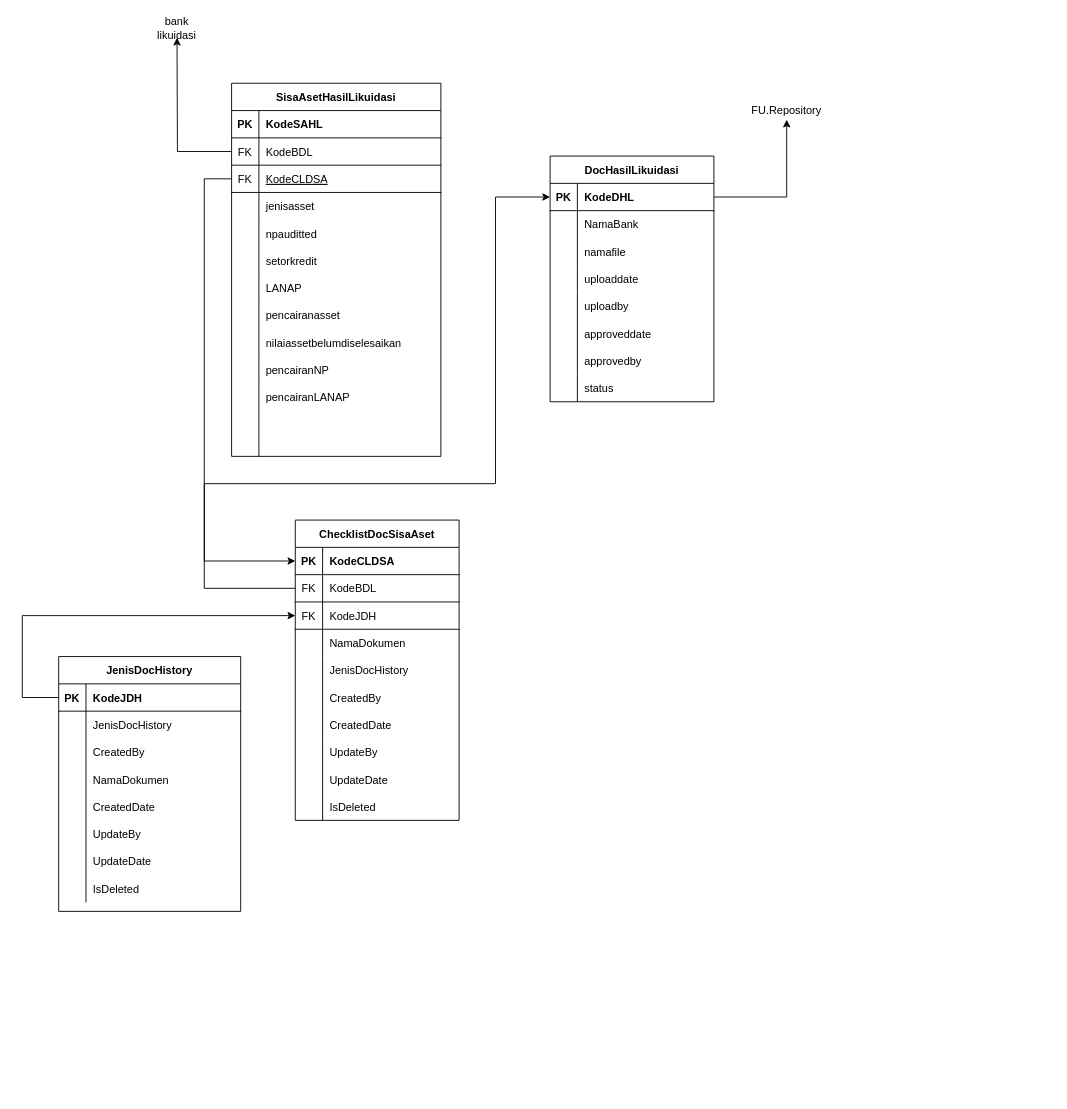
Before: Domain Model - Likuidasi Pengakhiran.drawio in reshafahlevi/GLIK-DM, a draw.io diagram. Source tidied: cells renumbered, new cells numbered last; positions are measured from the earlier drawing's top-left corner, leaving out a move shared by most shapes. Both pictures are drawn from the tidied source at 91%, with x=0, y=0 at pixel (22, 19).
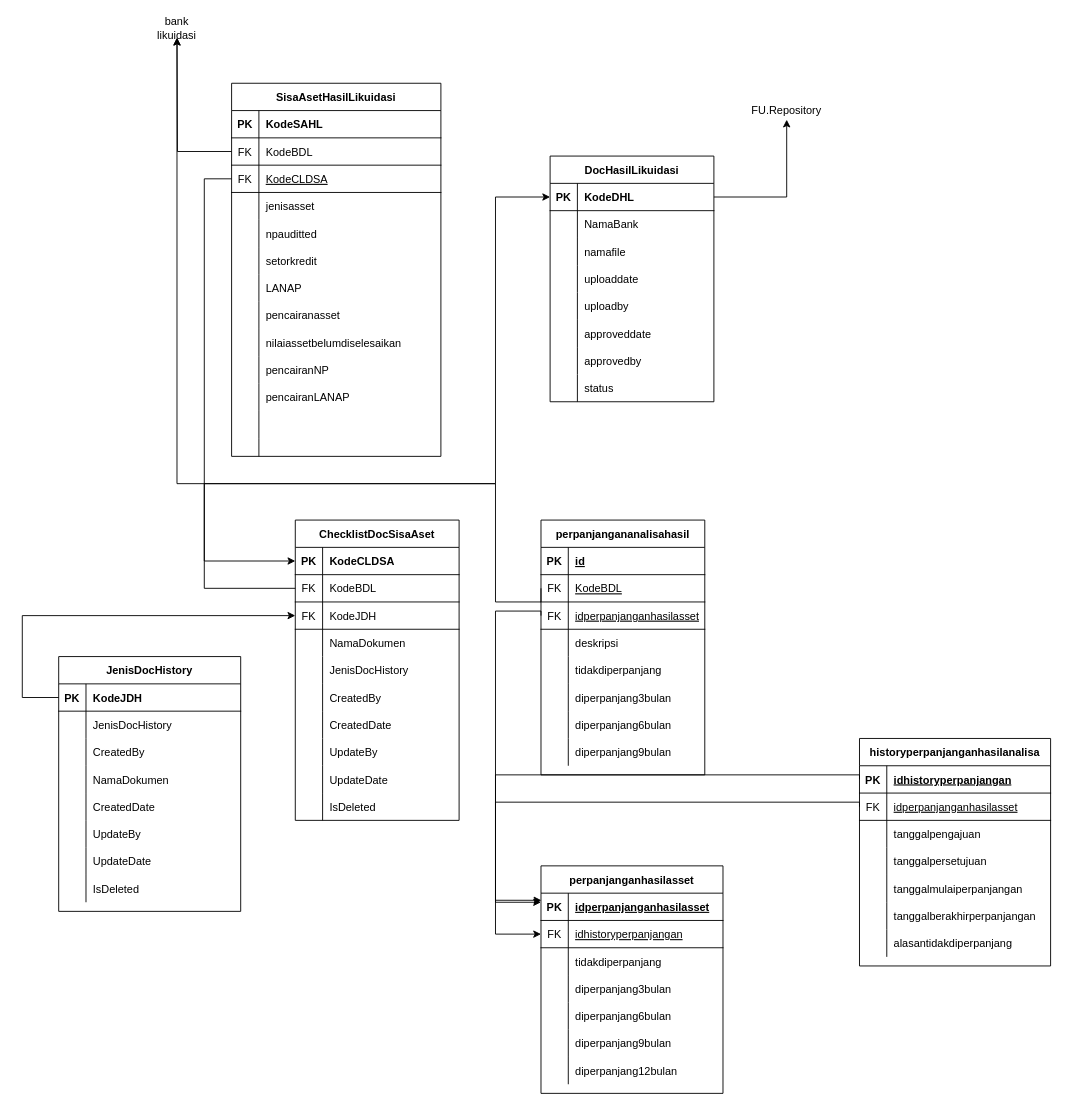
After the change.

The change refers to these unchanged cells:
```xml
<mxCell id="103" value="bank likuidasi" style="text;html=1;strokeColor=none;fillColor=none;align=center;verticalAlign=middle;whiteSpace=wrap;rounded=0;" parent="1" vertex="1">
  <mxGeometry x="150" width="40" height="20" as="geometry" />
</mxCell>
```

What changed in the source:
```diff
@@
+    <mxCell id="131" value="perpanjanganhasilasset" style="shape=table;startSize=30;childLayout=tableLayout;rowLines=0;fontStyle=1;align=center;" parent="1" vertex="1">
+      <mxGeometry x="570" y="930" width="200" height="250" as="geometry" />
+    </mxCell>
+    <mxCell id="132" style="shape=partialRectangle;fillColor=none;top=0;left=0;bottom=1;right=0;points=[[0,0.5],[1,0.5]];portConstraint=eastwest;" parent="131" vertex="1">
+      <mxGeometry y="30" width="200" height="30" as="geometry" />
+    </mxCell>
+    <mxCell id="133" value="PK" style="shape=partialRectangle;fillColor=none;top=0;left=0;bottom=0;right=0;fontStyle=1;overflow=hidden;" parent="132" vertex="1">
+      <mxGeometry width="30" height="30" as="geometry" />
+    </mxCell>
+    <mxCell id="134" value="idperpanjanganhasilasset" style="shape=partialRectangle;fillColor=none;top=0;left=0;bottom=0;right=0;align=left;spacingLeft=6;fontStyle=5;overflow=hidden;" parent="132" vertex="1">
+      <mxGeometry x="30" width="170" height="30" as="geometry" />
+    </mxCell>
+    <mxCell id="135" style="shape=partialRectangle;fillColor=none;top=0;left=0;bottom=1;right=0;points=[[0,0.5],[1,0.5]];portConstraint=eastwest;" parent="131" vertex="1">
+      <mxGeometry y="60" width="200" height="30" as="geometry" />
+    </mxCell>
+    <mxCell id="136" value="FK" style="shape=partialRectangle;fillColor=none;top=0;left=0;bottom=0;right=0;fontStyle=0;overflow=hidden;" parent="135" vertex="1">
+      <mxGeometry width="30" height="30" as="geometry" />
+    </mxCell>
+    <mxCell id="137" value="idhistoryperpanjangan" style="shape=partialRectangle;fillColor=none;top=0;left=0;bottom=0;right=0;align=left;spacingLeft=6;fontStyle=4;overflow=hidden;" parent="135" vertex="1">
+      <mxGeometry x="30" width="170" height="30" as="geometry" />
+    </mxCell>
+    <mxCell id="138" style="shape=partialRectangle;fillColor=none;top=0;left=0;bottom=0;right=0;" parent="131" vertex="1">
+      <mxGeometry y="90" width="200" height="30" as="geometry" />
+    </mxCell>
+    <mxCell id="139" style="shape=partialRectangle;fillColor=none;top=0;left=0;bottom=0;right=0;overflow=hidden;" parent="138" vertex="1">
+      <mxGeometry width="30" height="30" as="geometry" />
+    </mxCell>
+    <mxCell id="140" value="tidakdiperpanjang" style="shape=partialRectangle;fillColor=none;top=0;left=0;bottom=0;right=0;align=left;spacingLeft=6;overflow=hidden;" parent="138" vertex="1">
+      <mxGeometry x="30" width="170" height="30" as="geometry" />
+    </mxCell>
+    <mxCell id="141" style="shape=partialRectangle;fillColor=none;top=0;left=0;bottom=0;right=0;" parent="131" vertex="1">
+      <mxGeometry y="120" width="200" height="30" as="geometry" />
+    </mxCell>
+    <mxCell id="142" style="shape=partialRectangle;fillColor=none;top=0;left=0;bottom=0;right=0;overflow=hidden;" parent="141" vertex="1">
+      <mxGeometry width="30" height="30" as="geometry" />
+    </mxCell>
+    <mxCell id="143" value="diperpanjang3bulan" style="shape=partialRectangle;fillColor=none;top=0;left=0;bottom=0;right=0;align=left;spacingLeft=6;overflow=hidden;" parent="141" vertex="1">
+      <mxGeometry x="30" width="170" height="30" as="geometry" />
+    </mxCell>
+    <mxCell id="144" style="shape=partialRectangle;fillColor=none;top=0;left=0;bottom=0;right=0;" parent="131" vertex="1">
+      <mxGeometry y="150" width="200" height="30" as="geometry" />
+    </mxCell>
+    <mxCell id="145" style="shape=partialRectangle;fillColor=none;top=0;left=0;bottom=0;right=0;overflow=hidden;" parent="144" vertex="1">
+      <mxGeometry width="30" height="30" as="geometry" />
+    </mxCell>
+    <mxCell id="146" value="diperpanjang6bulan" style="shape=partialRectangle;fillColor=none;top=0;left=0;bottom=0;right=0;align=left;spacingLeft=6;overflow=hidden;" parent="144" vertex="1">
+      <mxGeometry x="30" width="170" height="30" as="geometry" />
+    </mxCell>
+    <mxCell id="147" style="shape=partialRectangle;fillColor=none;top=0;left=0;bottom=0;right=0;" parent="131" vertex="1">
+      <mxGeometry y="180" width="200" height="30" as="geometry" />
+    </mxCell>
+    <mxCell id="148" style="shape=partialRectangle;fillColor=none;top=0;left=0;bottom=0;right=0;overflow=hidden;" parent="147" vertex="1">
+      <mxGeometry width="30" height="30" as="geometry" />
+    </mxCell>
+    <mxCell id="149" value="diperpanjang9bulan" style="shape=partialRectangle;fillColor=none;top=0;left=0;bottom=0;right=0;align=left;spacingLeft=6;overflow=hidden;" parent="147" vertex="1">
+      <mxGeometry x="30" width="170" height="30" as="geometry" />
+    </mxCell>
+    <mxCell id="150" style="shape=partialRectangle;fillColor=none;top=0;left=0;bottom=0;right=0;" parent="131" vertex="1">
+      <mxGeometry y="210" width="200" height="30" as="geometry" />
+    </mxCell>
+    <mxCell id="151" style="shape=partialRectangle;fillColor=none;top=0;left=0;bottom=0;right=0;overflow=hidden;" parent="150" vertex="1">
+      <mxGeometry width="30" height="30" as="geometry" />
+    </mxCell>
+    <mxCell id="152" value="diperpanjang12bulan" style="shape=partialRectangle;fillColor=none;top=0;left=0;bottom=0;right=0;align=left;spacingLeft=6;overflow=hidden;" parent="150" vertex="1">
+      <mxGeometry x="30" width="170" height="30" as="geometry" />
+    </mxCell>
+    <mxCell id="153" value="perpanjangananalisahasil" style="shape=table;startSize=30;childLayout=tableLayout;rowLines=0;fontStyle=1;align=center;" parent="1" vertex="1">
+      <mxGeometry x="570" y="550" width="180" height="280" as="geometry" />
+    </mxCell>
+    <mxCell id="154" style="shape=partialRectangle;fillColor=none;top=0;left=0;bottom=1;right=0;" parent="153" vertex="1">
+      <mxGeometry y="30" width="180" height="30" as="geometry" />
+    </mxCell>
+    <mxCell id="155" value="PK" style="shape=partialRectangle;fillColor=none;top=0;left=0;bottom=0;right=0;fontStyle=1;overflow=hidden;" parent="154" vertex="1">
+      <mxGeometry width="30" height="30" as="geometry" />
+    </mxCell>
+    <mxCell id="156" value="id" style="shape=partialRectangle;fillColor=none;top=0;left=0;bottom=0;right=0;align=left;spacingLeft=6;fontStyle=5;overflow=hidden;" parent="154" vertex="1">
+      <mxGeometry x="30" width="150" height="30" as="geometry" />
+    </mxCell>
+    <mxCell id="157" style="shape=partialRectangle;fillColor=none;top=0;left=0;bottom=1;right=0;points=[[0,0.5],[1,0.5]];portConstraint=eastwest;" parent="153" vertex="1">
+      <mxGeometry y="60" width="180" height="30" as="geometry" />
+    </mxCell>
+    <mxCell id="158" value="FK" style="shape=partialRectangle;fillColor=none;top=0;left=0;bottom=0;right=0;fontStyle=0;overflow=hidden;" parent="157" vertex="1">
+      <mxGeometry width="30" height="30" as="geometry" />
+    </mxCell>
+    <mxCell id="159" value="KodeBDL" style="shape=partialRectangle;fillColor=none;top=0;left=0;bottom=0;right=0;align=left;spacingLeft=6;fontStyle=4;overflow=hidden;" parent="157" vertex="1">
+      <mxGeometry x="30" width="150" height="30" as="geometry" />
+    </mxCell>
+    <mxCell id="160" style="shape=partialRectangle;fillColor=none;top=0;left=0;bottom=1;right=0;points=[[0,0.5],[1,0.5]];portConstraint=eastwest;" parent="153" vertex="1">
+      <mxGeometry y="90" width="180" height="30" as="geometry" />
+    </mxCell>
+    <mxCell id="161" value="FK" style="shape=partialRectangle;fillColor=none;top=0;left=0;bottom=0;right=0;fontStyle=0;overflow=hidden;" parent="160" vertex="1">
+      <mxGeometry width="30" height="30" as="geometry" />
+    </mxCell>
+    <mxCell id="162" value="idperpanjanganhasilasset" style="shape=partialRectangle;fillColor=none;top=0;left=0;bottom=0;right=0;align=left;spacingLeft=6;fontStyle=4;overflow=hidden;" parent="160" vertex="1">
+      <mxGeometry x="30" width="150" height="30" as="geometry" />
+    </mxCell>
+    <mxCell id="163" style="shape=partialRectangle;fillColor=none;top=0;left=0;bottom=0;right=0;" parent="153" vertex="1">
+      <mxGeometry y="120" width="180" height="30" as="geometry" />
+    </mxCell>
+    <mxCell id="164" style="shape=partialRectangle;fillColor=none;top=0;left=0;bottom=0;right=0;overflow=hidden;" parent="163" vertex="1">
+      <mxGeometry width="30" height="30" as="geometry" />
+    </mxCell>
+    <mxCell id="165" value="deskripsi" style="shape=partialRectangle;fillColor=none;top=0;left=0;bottom=0;right=0;align=left;spacingLeft=6;overflow=hidden;" parent="163" vertex="1">
+      <mxGeometry x="30" width="150" height="30" as="geometry" />
+    </mxCell>
+    <mxCell id="166" style="shape=partialRectangle;fillColor=none;top=0;left=0;bottom=0;right=0;" parent="153" vertex="1">
+      <mxGeometry y="150" width="180" height="30" as="geometry" />
+    </mxCell>
+    <mxCell id="167" style="shape=partialRectangle;fillColor=none;top=0;left=0;bottom=0;right=0;overflow=hidden;" parent="166" vertex="1">
+      <mxGeometry width="30" height="30" as="geometry" />
+    </mxCell>
+    <mxCell id="168" value="tidakdiperpanjang" style="shape=partialRectangle;fillColor=none;top=0;left=0;bottom=0;right=0;align=left;spacingLeft=6;overflow=hidden;" parent="166" vertex="1">
+      <mxGeometry x="30" width="150" height="30" as="geometry" />
+    </mxCell>
+    <mxCell id="169" style="shape=partialRectangle;fillColor=none;top=0;left=0;bottom=0;right=0;" parent="153" vertex="1">
+      <mxGeometry y="180" width="180" height="30" as="geometry" />
+    </mxCell>
+    <mxCell id="170" style="shape=partialRectangle;fillColor=none;top=0;left=0;bottom=0;right=0;overflow=hidden;" parent="169" vertex="1">
+      <mxGeometry width="30" height="30" as="geometry" />
+    </mxCell>
+    <mxCell id="171" value="diperpanjang3bulan" style="shape=partialRectangle;fillColor=none;top=0;left=0;bottom=0;right=0;align=left;spacingLeft=6;overflow=hidden;" parent="169" vertex="1">
+      <mxGeometry x="30" width="150" height="30" as="geometry" />
+    </mxCell>
+    <mxCell id="172" style="shape=partialRectangle;fillColor=none;top=0;left=0;bottom=0;right=0;" parent="153" vertex="1">
+      <mxGeometry y="210" width="180" height="30" as="geometry" />
+    </mxCell>
+    <mxCell id="173" style="shape=partialRectangle;fillColor=none;top=0;left=0;bottom=0;right=0;overflow=hidden;" parent="172" vertex="1">
+      <mxGeometry width="30" height="30" as="geometry" />
+    </mxCell>
+    <mxCell id="174" value="diperpanjang6bulan" style="shape=partialRectangle;fillColor=none;top=0;left=0;bottom=0;right=0;align=left;spacingLeft=6;overflow=hidden;" parent="172" vertex="1">
+      <mxGeometry x="30" width="150" height="30" as="geometry" />
+    </mxCell>
+    <mxCell id="175" style="shape=partialRectangle;fillColor=none;top=0;left=0;bottom=0;right=0;" parent="153" vertex="1">
+      <mxGeometry y="240" width="180" height="30" as="geometry" />
+    </mxCell>
+    <mxCell id="176" style="shape=partialRectangle;fillColor=none;top=0;left=0;bottom=0;right=0;overflow=hidden;" parent="175" vertex="1">
+      <mxGeometry width="30" height="30" as="geometry" />
+    </mxCell>
+    <mxCell id="177" value="diperpanjang9bulan" style="shape=partialRectangle;fillColor=none;top=0;left=0;bottom=0;right=0;align=left;spacingLeft=6;overflow=hidden;" parent="175" vertex="1">
+      <mxGeometry x="30" width="150" height="30" as="geometry" />
+    </mxCell>
+    <mxCell id="178" style="edgeStyle=orthogonalEdgeStyle;rounded=0;jettySize=auto;html=1;exitX=0;exitY=0.5;exitDx=0;exitDy=0;entryX=0.5;entryY=1;entryDx=0;entryDy=0;" parent="1" edge="1" source="157" target="103">
+      <mxGeometry relative="1" as="geometry">
+        <Array as="points">
+          <mxPoint x="570" y="640" />
+          <mxPoint x="520" y="640" />
+          <mxPoint x="520" y="510" />
+          <mxPoint x="170" y="510" />
+        </Array>
+      </mxGeometry>
+    </mxCell>
+    <mxCell id="179" style="edgeStyle=orthogonalEdgeStyle;rounded=0;jettySize=auto;html=1;exitX=0;exitY=0.5;exitDx=0;exitDy=0;entryX=0.002;entryY=0.261;entryDx=0;entryDy=0;entryPerimeter=0;" parent="1" edge="1" source="160" target="132">
+      <mxGeometry relative="1" as="geometry">
+        <Array as="points">
+          <mxPoint x="570" y="650" />
+          <mxPoint x="520" y="650" />
+          <mxPoint x="520" y="968" />
+        </Array>
+      </mxGeometry>
+    </mxCell>
+    <mxCell id="180" value="historyperpanjanganhasilanalisa" style="shape=table;startSize=30;childLayout=tableLayout;rowLines=0;fontStyle=1;align=center;" parent="1" vertex="1">
+      <mxGeometry x="920" y="790" width="210" height="250" as="geometry" />
+    </mxCell>
+    <mxCell id="181" style="shape=partialRectangle;fillColor=none;top=0;left=0;bottom=1;right=0;points=[[0,0.5],[1,0.5]];portConstraint=eastwest;" parent="180" vertex="1">
+      <mxGeometry y="30" width="210" height="30" as="geometry" />
+    </mxCell>
+    <mxCell id="182" value="PK" style="shape=partialRectangle;fillColor=none;top=0;left=0;bottom=0;right=0;fontStyle=1;overflow=hidden;" parent="181" vertex="1">
+      <mxGeometry width="30" height="30" as="geometry" />
+    </mxCell>
+    <mxCell id="183" value="idhistoryperpanjangan" style="shape=partialRectangle;fillColor=none;top=0;left=0;bottom=0;right=0;align=left;spacingLeft=6;fontStyle=5;overflow=hidden;" parent="181" vertex="1">
+      <mxGeometry x="30" width="180" height="30" as="geometry" />
+    </mxCell>
+    <mxCell id="184" style="shape=partialRectangle;fillColor=none;top=0;left=0;bottom=1;right=0;points=[[0,0.5],[1,0.5]];portConstraint=eastwest;" parent="180" vertex="1">
+      <mxGeometry y="60" width="210" height="30" as="geometry" />
+    </mxCell>
+    <mxCell id="185" value="FK" style="shape=partialRectangle;fillColor=none;top=0;left=0;bottom=0;right=0;fontStyle=0;overflow=hidden;" parent="184" vertex="1">
+      <mxGeometry width="30" height="30" as="geometry" />
+    </mxCell>
+    <mxCell id="186" value="idperpanjanganhasilasset" style="shape=partialRectangle;fillColor=none;top=0;left=0;bottom=0;right=0;align=left;spacingLeft=6;fontStyle=4;overflow=hidden;" parent="184" vertex="1">
+      <mxGeometry x="30" width="180" height="30" as="geometry" />
+    </mxCell>
+    <mxCell id="187" style="shape=partialRectangle;fillColor=none;top=0;left=0;bottom=0;right=0;" parent="180" vertex="1">
+      <mxGeometry y="90" width="210" height="30" as="geometry" />
+    </mxCell>
+    <mxCell id="188" style="shape=partialRectangle;fillColor=none;top=0;left=0;bottom=0;right=0;overflow=hidden;" parent="187" vertex="1">
+      <mxGeometry width="30" height="30" as="geometry" />
+    </mxCell>
+    <mxCell id="189" value="tanggalpengajuan" style="shape=partialRectangle;fillColor=none;top=0;left=0;bottom=0;right=0;align=left;spacingLeft=6;overflow=hidden;" parent="187" vertex="1">
+      <mxGeometry x="30" width="180" height="30" as="geometry" />
+    </mxCell>
+    <mxCell id="190" style="shape=partialRectangle;fillColor=none;top=0;left=0;bottom=0;right=0;" parent="180" vertex="1">
+      <mxGeometry y="120" width="210" height="30" as="geometry" />
+    </mxCell>
+    <mxCell id="191" style="shape=partialRectangle;fillColor=none;top=0;left=0;bottom=0;right=0;overflow=hidden;" parent="190" vertex="1">
+      <mxGeometry width="30" height="30" as="geometry" />
+    </mxCell>
+    <mxCell id="192" value="tanggalpersetujuan" style="shape=partialRectangle;fillColor=none;top=0;left=0;bottom=0;right=0;align=left;spacingLeft=6;overflow=hidden;" parent="190" vertex="1">
+      <mxGeometry x="30" width="180" height="30" as="geometry" />
+    </mxCell>
+    <mxCell id="193" style="shape=partialRectangle;fillColor=none;top=0;left=0;bottom=0;right=0;" parent="180" vertex="1">
+      <mxGeometry y="150" width="210" height="30" as="geometry" />
+    </mxCell>
+    <mxCell id="194" style="shape=partialRectangle;fillColor=none;top=0;left=0;bottom=0;right=0;overflow=hidden;" parent="193" vertex="1">
+      <mxGeometry width="30" height="30" as="geometry" />
+    </mxCell>
+    <mxCell id="195" value="tanggalmulaiperpanjangan" style="shape=partialRectangle;fillColor=none;top=0;left=0;bottom=0;right=0;align=left;spacingLeft=6;overflow=hidden;" parent="193" vertex="1">
+      <mxGeometry x="30" width="180" height="30" as="geometry" />
+    </mxCell>
+    <mxCell id="196" style="shape=partialRectangle;fillColor=none;top=0;left=0;bottom=0;right=0;" parent="180" vertex="1">
+      <mxGeometry y="180" width="210" height="30" as="geometry" />
+    </mxCell>
+    <mxCell id="197" style="shape=partialRectangle;fillColor=none;top=0;left=0;bottom=0;right=0;overflow=hidden;" parent="196" vertex="1">
+      <mxGeometry width="30" height="30" as="geometry" />
+    </mxCell>
+    <mxCell id="198" value="tanggalberakhirperpanjangan" style="shape=partialRectangle;fillColor=none;top=0;left=0;bottom=0;right=0;align=left;spacingLeft=6;overflow=hidden;" parent="196" vertex="1">
+      <mxGeometry x="30" width="180" height="30" as="geometry" />
+    </mxCell>
+    <mxCell id="199" style="shape=partialRectangle;fillColor=none;top=0;left=0;bottom=0;right=0;" parent="180" vertex="1">
+      <mxGeometry y="210" width="210" height="30" as="geometry" />
+    </mxCell>
+    <mxCell id="200" style="shape=partialRectangle;fillColor=none;top=0;left=0;bottom=0;right=0;overflow=hidden;" parent="199" vertex="1">
+      <mxGeometry width="30" height="30" as="geometry" />
+    </mxCell>
+    <mxCell id="201" value="alasantidakdiperpanjang" style="shape=partialRectangle;fillColor=none;top=0;left=0;bottom=0;right=0;align=left;spacingLeft=6;overflow=hidden;" parent="199" vertex="1">
+      <mxGeometry x="30" width="180" height="30" as="geometry" />
+    </mxCell>
+    <mxCell id="202" style="edgeStyle=orthogonalEdgeStyle;rounded=0;jettySize=auto;html=1;exitX=0;exitY=0.5;exitDx=0;exitDy=0;" parent="1" edge="1" source="184">
+      <mxGeometry relative="1" as="geometry">
+        <mxPoint x="570" y="970" as="targetPoint" />
+        <Array as="points">
+          <mxPoint x="920" y="860" />
+          <mxPoint x="520" y="860" />
+          <mxPoint x="520" y="970" />
+        </Array>
+      </mxGeometry>
+    </mxCell>
+    <mxCell id="203" style="edgeStyle=orthogonalEdgeStyle;rounded=0;jettySize=auto;html=1;exitX=0;exitY=0.5;exitDx=0;exitDy=0;entryX=0;entryY=0.5;entryDx=0;entryDy=0;" parent="1" edge="1" source="181" target="135">
+      <mxGeometry relative="1" as="geometry">
+        <Array as="points">
+          <mxPoint x="920" y="830" />
+          <mxPoint x="520" y="830" />
+          <mxPoint x="520" y="1005" />
+        </Array>
+      </mxGeometry>
+    </mxCell>
```
